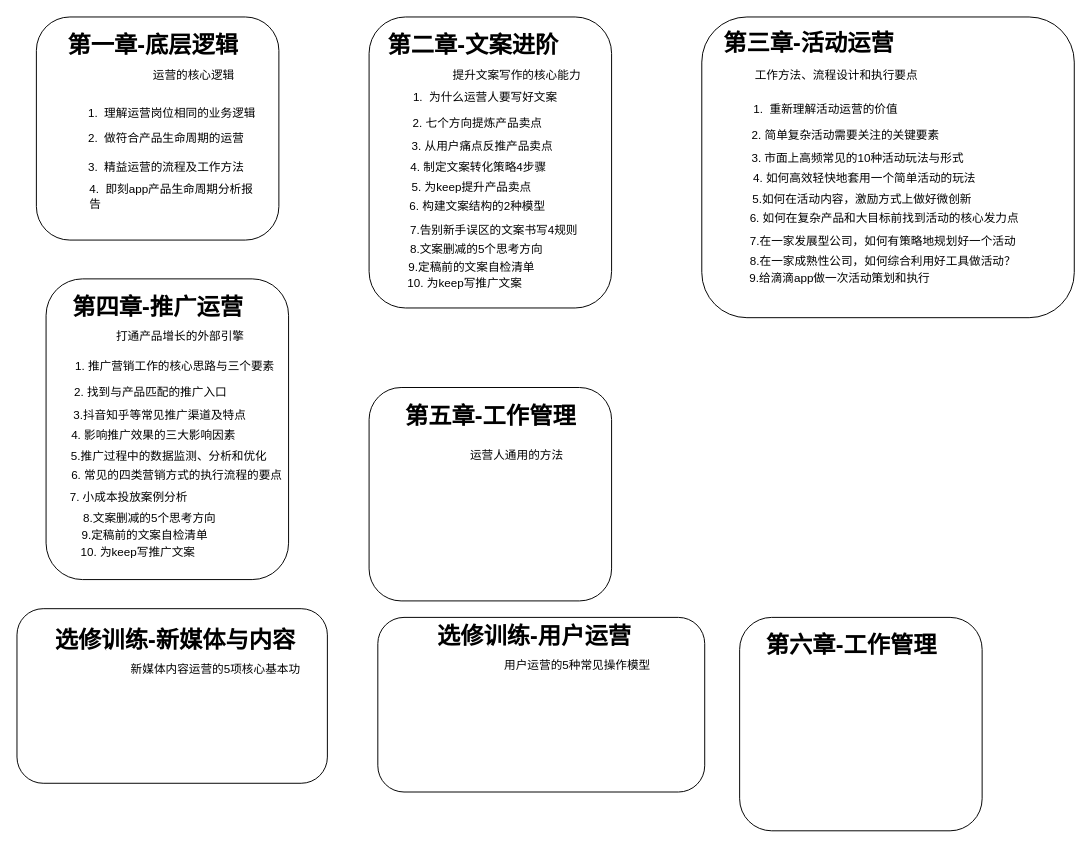
The draw.io diagram page "运营三期" (11 of 11) of snail_process.drawio in cpu6660/knight, before the edit. Source tidied: cells renumbered, new cells numbered last; positions are measured from the earlier drawing's top-left corner, leaving out a move shared by most shapes. Both pictures are drawn from the tidied source at 97%, with x=0, y=0 at pixel (16, 16).
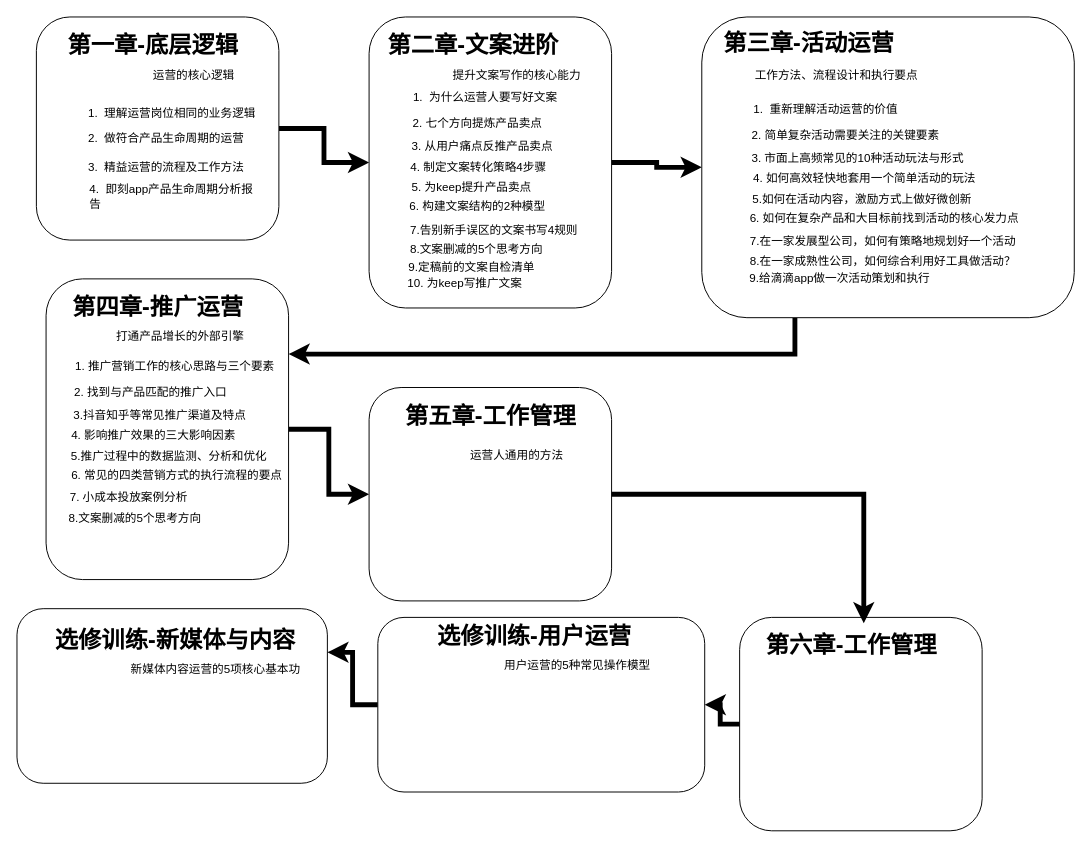
Above is the later version.

Unchanged cells that the change refers to:
```xml
<mxCell id="2" style="rounded=1;whiteSpace=wrap;html=1;strokeColor=#000000;" parent="1" vertex="1">
  <mxGeometry x="20" width="250" height="230" as="geometry" />
</mxCell>
<mxCell id="3" style="rounded=1;whiteSpace=wrap;html=1;strokeColor=#000000;" parent="1" vertex="1">
  <mxGeometry x="363" width="250" height="300" as="geometry" />
</mxCell>
<mxCell id="4" style="rounded=1;whiteSpace=wrap;html=1;strokeColor=#000000;" parent="1" vertex="1">
  <mxGeometry x="706" width="384" height="310" as="geometry" />
</mxCell>
<mxCell id="5" style="rounded=1;whiteSpace=wrap;html=1;strokeColor=#000000;" parent="1" vertex="1">
  <mxGeometry x="30" y="270" width="250" height="310" as="geometry" />
</mxCell>
<mxCell id="6" style="rounded=1;whiteSpace=wrap;html=1;strokeColor=#000000;" parent="1" vertex="1">
  <mxGeometry y="610" width="320" height="180" as="geometry" />
</mxCell>
<mxCell id="7" style="rounded=1;whiteSpace=wrap;html=1;strokeColor=#000000;" parent="1" vertex="1">
  <mxGeometry x="372" y="619" width="337" height="180" as="geometry" />
</mxCell>
<mxCell id="31" style="rounded=1;whiteSpace=wrap;html=1;strokeColor=#000000;" parent="30" vertex="1">
  <mxGeometry width="250" height="220" as="geometry" />
</mxCell>
<mxCell id="41" style="rounded=1;whiteSpace=wrap;html=1;strokeColor=#000000;" parent="40" vertex="1">
  <mxGeometry width="250" height="220" as="geometry" />
</mxCell>
<mxCell id="42" value="第六章-工作管理" style="text;strokeColor=none;fillColor=none;html=1;fontSize=24;fontStyle=1;verticalAlign=middle;align=center;" parent="40" vertex="1">
  <mxGeometry x="65" y="9" width="100" height="40" as="geometry" />
</mxCell>
```

The edit, as a diff of the source:
```diff
@@
+    <mxCell id="62" style="edgeStyle=orthogonalEdgeStyle;rounded=0;jettySize=auto;html=1;exitX=1;exitY=0.5;exitDx=0;exitDy=0;strokeWidth=5;" parent="1" edge="1" source="2" target="3">
+      <mxGeometry relative="1" as="geometry" />
+    </mxCell>
@@
+    <mxCell id="63" style="edgeStyle=orthogonalEdgeStyle;rounded=0;jettySize=auto;html=1;exitX=1;exitY=0.5;exitDx=0;exitDy=0;entryX=0;entryY=0.5;entryDx=0;entryDy=0;strokeWidth=5;" parent="1" edge="1" source="3" target="4">
+      <mxGeometry relative="1" as="geometry" />
+    </mxCell>
@@
+    <mxCell id="64" style="edgeStyle=orthogonalEdgeStyle;rounded=0;jettySize=auto;html=1;exitX=0.25;exitY=1;exitDx=0;exitDy=0;entryX=1;entryY=0.25;entryDx=0;entryDy=0;strokeWidth=5;" parent="1" edge="1" source="4" target="5">
+      <mxGeometry relative="1" as="geometry" />
+    </mxCell>
@@
+    <mxCell id="65" style="edgeStyle=orthogonalEdgeStyle;rounded=0;jettySize=auto;html=1;exitX=1;exitY=0.5;exitDx=0;exitDy=0;strokeWidth=5;" parent="1" edge="1" source="5" target="31">
+      <mxGeometry relative="1" as="geometry" />
+    </mxCell>
@@
+    <mxCell id="66" style="edgeStyle=orthogonalEdgeStyle;rounded=0;jettySize=auto;html=1;exitX=0;exitY=0.5;exitDx=0;exitDy=0;entryX=1;entryY=0.25;entryDx=0;entryDy=0;strokeWidth=5;" parent="1" edge="1" source="7" target="6">
+      <mxGeometry relative="1" as="geometry" />
+    </mxCell>
@@
     <mxCell id="59" value="&lt;div style=&quot;text-align: left&quot;&gt;&lt;span&gt;8.文案删减的5个思考方向&lt;/span&gt;&lt;/div&gt;" style="text;html=1;strokeColor=none;fillColor=none;align=center;verticalAlign=middle;whiteSpace=wrap;rounded=0;" parent="1" vertex="1">
-      <mxGeometry x="47" y="507" width="180" height="20" as="geometry" />
+      <mxGeometry x="32" y="507" width="180" height="20" as="geometry" />
     </mxCell>
-    <mxCell id="60" value="&lt;div style=&quot;text-align: left&quot;&gt;&lt;span&gt;9.定稿前的文案自检清单&lt;/span&gt;&lt;/div&gt;" style="text;html=1;strokeColor=none;fillColor=none;align=center;verticalAlign=middle;whiteSpace=wrap;rounded=0;" parent="1" vertex="1">
-      <mxGeometry x="42" y="525" width="180" height="20" as="geometry" />
-    </mxCell>
-    <mxCell id="61" value="&lt;div style=&quot;text-align: left&quot;&gt;&lt;span&gt;10. 为keep写推广文案&lt;/span&gt;&lt;/div&gt;" style="text;html=1;strokeColor=none;fillColor=none;align=center;verticalAlign=middle;whiteSpace=wrap;rounded=0;" parent="1" vertex="1">
-      <mxGeometry x="35" y="542" width="180" height="20" as="geometry" />
-    </mxCell>
+    <mxCell id="67" style="edgeStyle=orthogonalEdgeStyle;rounded=0;jettySize=auto;html=1;exitX=1;exitY=0.5;exitDx=0;exitDy=0;entryX=0.63;entryY=-0.075;entryDx=0;entryDy=0;entryPerimeter=0;strokeWidth=5;" parent="1" edge="1" source="31" target="42">
+      <mxGeometry relative="1" as="geometry" />
+    </mxCell>
+    <mxCell id="68" style="edgeStyle=orthogonalEdgeStyle;rounded=0;jettySize=auto;html=1;exitX=0;exitY=0.5;exitDx=0;exitDy=0;strokeWidth=5;" parent="1" edge="1" source="41" target="7">
+      <mxGeometry relative="1" as="geometry" />
+    </mxCell>
```
